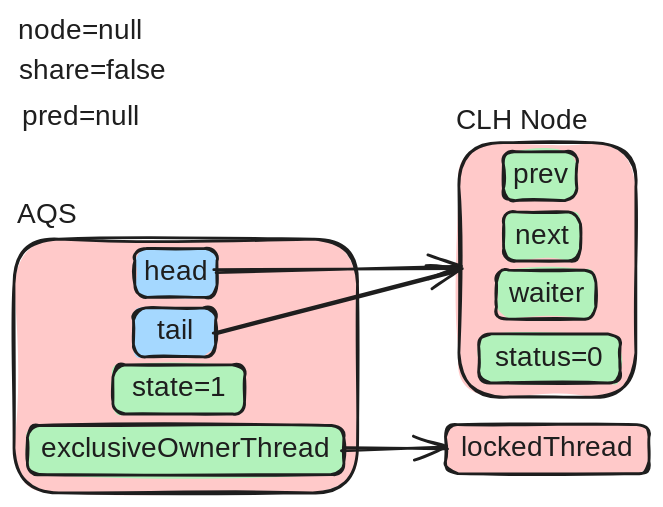
The Excalidraw diagram docs/Java/Concurrency/Sync/AQS_Multithread_LockedThread_Lock_Acquire_1.excalidraw.svg in Xianzhan/xianzhan.github.io, before a commit. Source tidied: one line per element, renumbered; positions are measured from the earlier drawing's top-left corner, leaving out a move shared by most shapes. Source of this version:
```json
{"id": 0, "type": "rectangle", "strokeColor": "#1e1e1e", "backgroundColor": "#ffc9c9", "fillStyle": "solid", "strokeWidth": 2, "roughness": 1, "round": true, "x": 0, "y": 161, "width": 245, "height": 181}
{"id": 1, "type": "rectangle", "strokeColor": "#1e1e1e", "backgroundColor": "#a5d8ff", "fillStyle": "solid", "strokeWidth": 2, "roughness": 1, "round": true, "x": 86, "y": 167, "width": 59, "height": 35}
{"id": 2, "type": "text", "text": "head", "strokeColor": "#1e1e1e", "backgroundColor": "#b2f2bb", "fillStyle": "solid", "strokeWidth": 2, "roughness": 1, "fontSize": 20, "fontFamily": 5, "textAlign": "center", "verticalAlign": "middle", "inside": 1, "x": 93, "y": 172, "width": 46, "height": 25}
{"id": 3, "type": "rectangle", "strokeColor": "#1e1e1e", "backgroundColor": "#a5d8ff", "fillStyle": "solid", "strokeWidth": 2, "roughness": 1, "round": true, "x": 85, "y": 210, "width": 59, "height": 35}
{"id": 4, "type": "text", "text": "tail", "strokeColor": "#1e1e1e", "backgroundColor": "#b2f2bb", "fillStyle": "solid", "strokeWidth": 2, "roughness": 1, "fontSize": 20, "fontFamily": 5, "textAlign": "center", "verticalAlign": "middle", "inside": 3, "x": 99, "y": 215, "width": 32, "height": 25}
{"id": 5, "type": "rectangle", "strokeColor": "#1e1e1e", "backgroundColor": "#b2f2bb", "fillStyle": "solid", "strokeWidth": 2, "roughness": 1, "round": true, "x": 71, "y": 251, "width": 94, "height": 35}
{"id": 6, "type": "text", "text": "state=1", "strokeColor": "#1e1e1e", "backgroundColor": "#b2f2bb", "fillStyle": "solid", "strokeWidth": 2, "roughness": 1, "fontSize": 20, "fontFamily": 5, "textAlign": "center", "verticalAlign": "middle", "inside": 5, "x": 80, "y": 256, "width": 75, "height": 25}
{"id": 7, "type": "rectangle", "strokeColor": "#1e1e1e", "backgroundColor": "#b2f2bb", "fillStyle": "solid", "strokeWidth": 2, "roughness": 1, "round": true, "x": 10, "y": 294, "width": 226, "height": 35}
{"id": 8, "type": "text", "text": "exclusiveOwnerThread", "strokeColor": "#1e1e1e", "backgroundColor": "#b2f2bb", "fillStyle": "solid", "strokeWidth": 2, "roughness": 1, "fontSize": 20, "fontFamily": 5, "textAlign": "center", "verticalAlign": "middle", "inside": 7, "x": 15, "y": 299, "width": 214, "height": 25}
{"id": 9, "type": "rectangle", "strokeColor": "#1e1e1e", "backgroundColor": "#ffc9c9", "fillStyle": "solid", "strokeWidth": 2, "roughness": 1, "round": true, "x": 308, "y": 293, "width": 145, "height": 35}
{"id": 10, "type": "text", "text": "lockedThread", "strokeColor": "#1e1e1e", "strokeWidth": 2, "roughness": 1, "fontSize": 20, "fontFamily": 5, "textAlign": "center", "verticalAlign": "middle", "inside": 9, "x": 315, "y": 298, "width": 131, "height": 25}
{"id": 11, "type": "arrow", "strokeColor": "#1e1e1e", "strokeWidth": 2, "roughness": 1, "endArrowhead": "arrow", "round": true, "from": 7, "to": 9, "x": 235, "y": 311, "width": 74, "height": 1, "points": [[0, 0], [74, -1]]}
{"id": 12, "type": "rectangle", "strokeColor": "#1e1e1e", "backgroundColor": "#ffc9c9", "fillStyle": "solid", "strokeWidth": 2, "roughness": 1, "round": true, "x": 318, "y": 92, "width": 126, "height": 182}
{"id": 13, "type": "rectangle", "strokeColor": "#1e1e1e", "backgroundColor": "#b2f2bb", "fillStyle": "solid", "strokeWidth": 2, "roughness": 1, "round": true, "x": 350, "y": 98, "width": 53, "height": 35}
{"id": 14, "type": "text", "text": "prev", "strokeColor": "#1e1e1e", "backgroundColor": "#ffc9c9", "fillStyle": "solid", "strokeWidth": 2, "roughness": 1, "fontSize": 20, "fontFamily": 5, "textAlign": "center", "verticalAlign": "middle", "inside": 13, "x": 356, "y": 103, "width": 40, "height": 25}
{"id": 15, "type": "rectangle", "strokeColor": "#1e1e1e", "backgroundColor": "#b2f2bb", "fillStyle": "solid", "strokeWidth": 2, "roughness": 1, "round": true, "x": 350, "y": 141, "width": 55, "height": 35}
{"id": 16, "type": "text", "text": "next", "strokeColor": "#1e1e1e", "backgroundColor": "#ffc9c9", "fillStyle": "solid", "strokeWidth": 2, "roughness": 1, "fontSize": 20, "fontFamily": 5, "textAlign": "center", "verticalAlign": "middle", "inside": 15, "x": 355, "y": 146, "width": 44, "height": 25}
{"id": 17, "type": "rectangle", "strokeColor": "#1e1e1e", "backgroundColor": "#b2f2bb", "fillStyle": "solid", "strokeWidth": 2, "roughness": 1, "round": true, "x": 345, "y": 183, "width": 71, "height": 35}
{"id": 18, "type": "text", "text": "waiter", "strokeColor": "#1e1e1e", "backgroundColor": "#ffc9c9", "fillStyle": "solid", "strokeWidth": 2, "roughness": 1, "fontSize": 20, "fontFamily": 5, "textAlign": "center", "verticalAlign": "middle", "inside": 17, "x": 350, "y": 188, "width": 60, "height": 25}
{"id": 19, "type": "rectangle", "strokeColor": "#1e1e1e", "backgroundColor": "#b2f2bb", "fillStyle": "solid", "strokeWidth": 2, "roughness": 1, "round": true, "x": 332, "y": 228, "width": 101, "height": 35}
{"id": 20, "type": "text", "text": "status=0", "strokeColor": "#1e1e1e", "backgroundColor": "#ffc9c9", "fillStyle": "solid", "strokeWidth": 2, "roughness": 1, "fontSize": 20, "fontFamily": 5, "textAlign": "center", "verticalAlign": "middle", "inside": 19, "x": 337, "y": 233, "width": 91, "height": 25}
{"id": 21, "type": "arrow", "strokeColor": "#1e1e1e", "backgroundColor": "#b2f2bb", "fillStyle": "solid", "strokeWidth": 2, "roughness": 1, "endArrowhead": "arrow", "round": true, "from": 1, "to": 12, "x": 144, "y": 184, "width": 176, "height": 2, "points": [[0, 0], [176, -2]]}
{"id": 22, "type": "arrow", "strokeColor": "#1e1e1e", "backgroundColor": "#b2f2bb", "fillStyle": "solid", "strokeWidth": 2, "roughness": 1, "endArrowhead": "arrow", "round": true, "from": 3, "to": 12, "x": 144, "y": 228, "width": 174, "height": 45, "points": [[0, 0], [174, -45]]}
{"id": 23, "type": "text", "text": "node=null", "strokeColor": "#1e1e1e", "strokeWidth": 2, "roughness": 1, "fontSize": 20, "fontFamily": 5, "x": 3, "y": 0, "width": 87, "height": 25}
{"id": 24, "type": "text", "text": "share=false", "strokeColor": "#1e1e1e", "strokeWidth": 2, "roughness": 1, "fontSize": 20, "fontFamily": 5, "x": 3, "y": 29, "width": 111, "height": 25}
{"id": 25, "type": "text", "text": "pred=null", "strokeColor": "#1e1e1e", "strokeWidth": 2, "roughness": 1, "fontSize": 20, "fontFamily": 5, "x": 6, "y": 62, "width": 83, "height": 25}
{"id": 26, "type": "text", "text": "AQS", "strokeColor": "#1e1e1e", "strokeWidth": 2, "roughness": 1, "fontSize": 20, "fontFamily": 5, "x": 2, "y": 132, "width": 41, "height": 25}
{"id": 27, "type": "text", "text": "CLH Node", "strokeColor": "#1e1e1e", "strokeWidth": 2, "roughness": 1, "fontSize": 20, "fontFamily": 5, "x": 315, "y": 65, "width": 90, "height": 25}
```
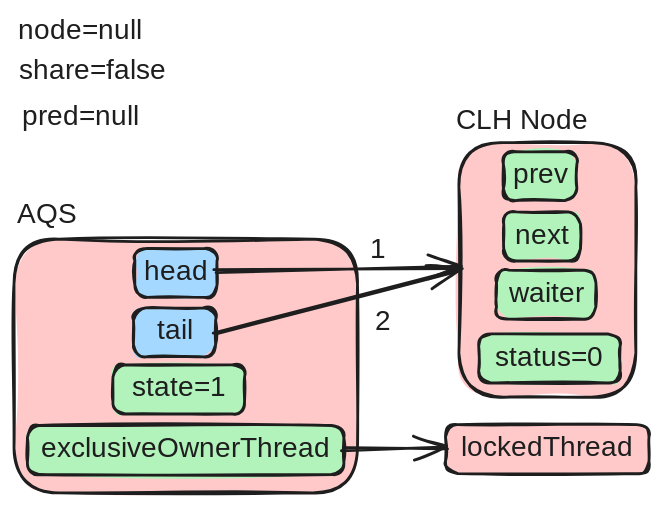
After the change.

The edit, as a diff of the source:
```diff
@@ -26,3 +26,5 @@
 {"id": 25, "type": "text", "text": "pred=null", "strokeColor": "#1e1e1e", "strokeWidth": 2, "roughness": 1, "fontSize": 20, "fontFamily": 5, "x": 6, "y": 62, "width": 83, "height": 25}
 {"id": 26, "type": "text", "text": "AQS", "strokeColor": "#1e1e1e", "strokeWidth": 2, "roughness": 1, "fontSize": 20, "fontFamily": 5, "x": 2, "y": 132, "width": 41, "height": 25}
 {"id": 27, "type": "text", "text": "CLH Node", "strokeColor": "#1e1e1e", "strokeWidth": 2, "roughness": 1, "fontSize": 20, "fontFamily": 5, "x": 315, "y": 65, "width": 90, "height": 25}
+{"id": 28, "type": "text", "text": "1", "strokeColor": "#1e1e1e", "strokeWidth": 2, "roughness": 1, "fontSize": 20, "fontFamily": 5, "x": 255, "y": 156, "width": 9, "height": 25}
+{"id": 29, "type": "text", "text": "2", "strokeColor": "#1e1e1e", "strokeWidth": 2, "roughness": 1, "fontSize": 20, "fontFamily": 5, "x": 258, "y": 208, "width": 14, "height": 25}
```
